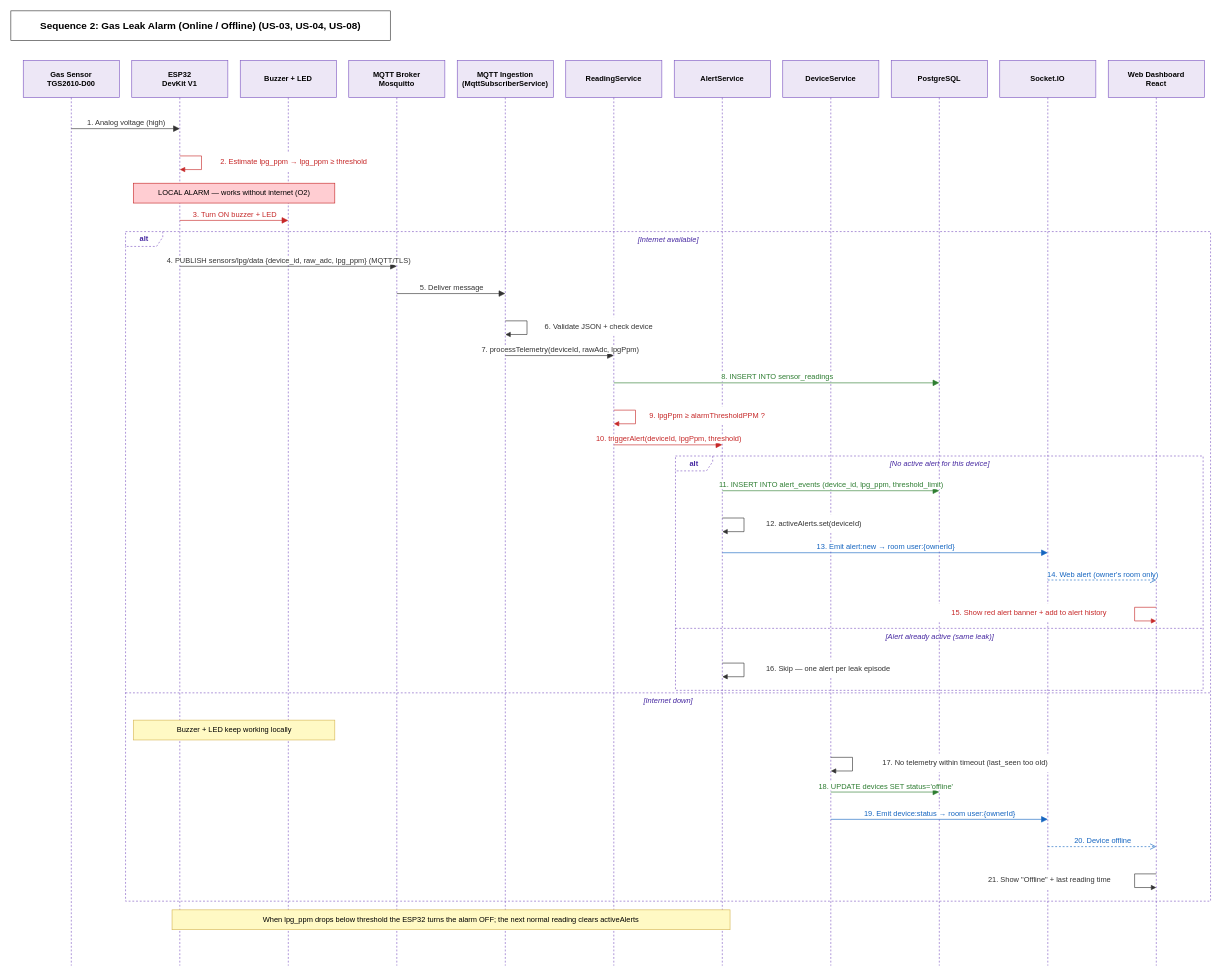
Earlier version of the draw.io diagram docs/diagrams/seq-2-gas-leak-alarm.drawio (abdularhman2341/air-quality-monitoring-system). Source tidied: cells renumbered, new cells numbered last; positions are measured from the earlier drawing's top-left corner, leaving out a move shared by most shapes. Both pictures are drawn from the tidied source at 62%, with x=0, y=0 at pixel (11, 11).
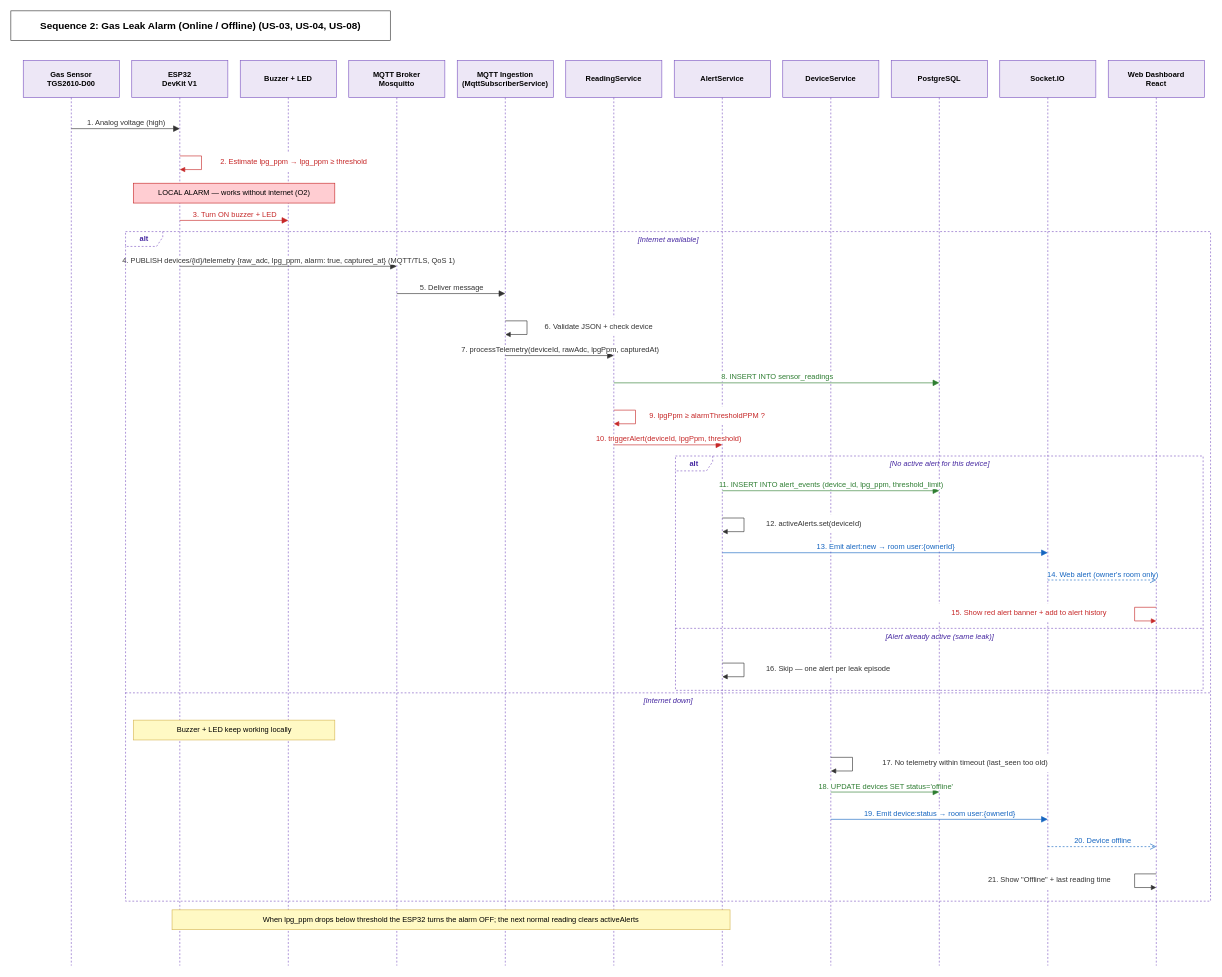
The same page after the edit.

What changed in the source:
```diff
@@
-    <mxCell id="19" value="4. PUBLISH sensors/lpg/data {device_id, raw_adc, lpg_ppm} (MQTT/TLS)" style="fontFamily=Helvetica;html=1;verticalAlign=bottom;labelBackgroundColor=#FFFFFF;fontSize=12;strokeColor=#333333;fontColor=#333333;endSize=8;endArrow=block;endFill=1;" parent="1" edge="1">
+    <mxCell id="19" value="4. PUBLISH devices/{id}/telemetry {raw_adc, lpg_ppm, alarm: true, captured_at} (MQTT/TLS, QoS 1)" style="fontFamily=Helvetica;html=1;verticalAlign=bottom;labelBackgroundColor=#FFFFFF;fontSize=12;strokeColor=#333333;fontColor=#333333;endSize=8;endArrow=block;endFill=1;" parent="1" edge="1">
       <mxGeometry relative="1" as="geometry">
         <mxPoint x="272.5" y="412" as="sourcePoint" />
         <mxPoint x="622.5" y="412" as="targetPoint" />
       </mxGeometry>
     </mxCell>
@@
-    <mxCell id="23" value="7. processTelemetry(deviceId, rawAdc, lpgPpm)" style="fontFamily=Helvetica;html=1;verticalAlign=bottom;labelBackgroundColor=#FFFFFF;fontSize=12;strokeColor=#333333;fontColor=#333333;endSize=8;endArrow=block;endFill=1;" parent="1" edge="1">
+    <mxCell id="23" value="7. processTelemetry(deviceId, rawAdc, lpgPpm, capturedAt)" style="fontFamily=Helvetica;html=1;verticalAlign=bottom;labelBackgroundColor=#FFFFFF;fontSize=12;strokeColor=#333333;fontColor=#333333;endSize=8;endArrow=block;endFill=1;" parent="1" edge="1">
       <mxGeometry relative="1" as="geometry">
         <mxPoint x="797.5" y="556" as="sourcePoint" />
         <mxPoint x="972.5" y="556" as="targetPoint" />
       </mxGeometry>
     </mxCell>
```
